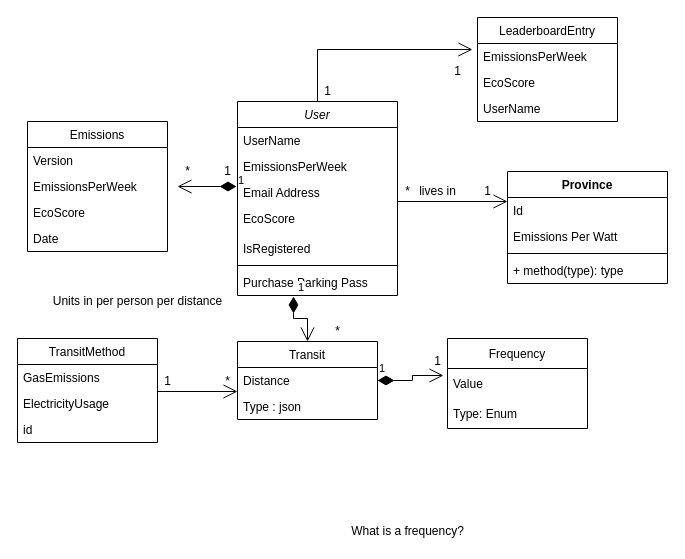
Earlier version of the draw.io diagram Untitled Diagram.drawio (chrisvettese/microsoft-hackathon-2021). Source tidied: cells renumbered, new cells numbered last; positions are measured from the earlier drawing's top-left corner, leaving out a move shared by most shapes. Both pictures are drawn from the tidied source at 100%, with x=0, y=0 at pixel (17, 17).
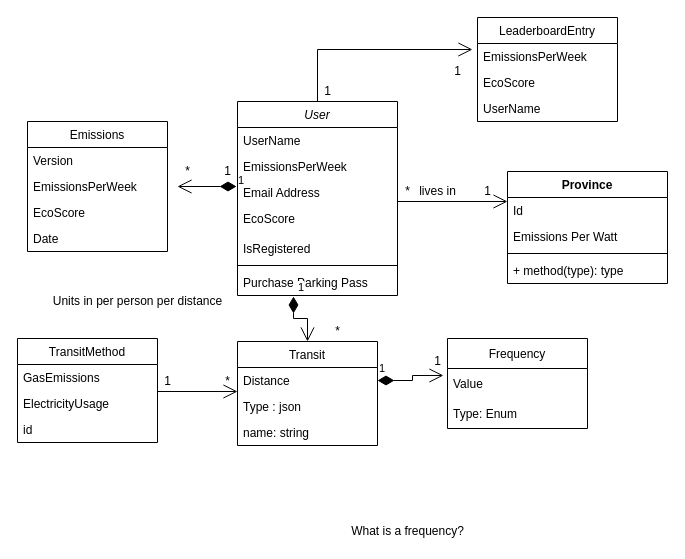
The same diagram, later.

Diff of the diagram source:
```diff
@@
     <mxCell id="10" value="Transit" style="swimlane;fontStyle=0;horizontal=1;startSize=26;fillColor=none;" parent="1" vertex="1">
-      <mxGeometry x="220" y="324" width="140" height="78" as="geometry" />
+      <mxGeometry x="220" y="324" width="140" height="104" as="geometry" />
     </mxCell>
@@
+    <mxCell id="53" value="name: string" style="text;strokeColor=none;fillColor=none;align=left;verticalAlign=top;spacingLeft=4;spacingRight=4;overflow=hidden;" parent="10" vertex="1">
+      <mxGeometry y="78" width="140" height="26" as="geometry" />
+    </mxCell>
```
